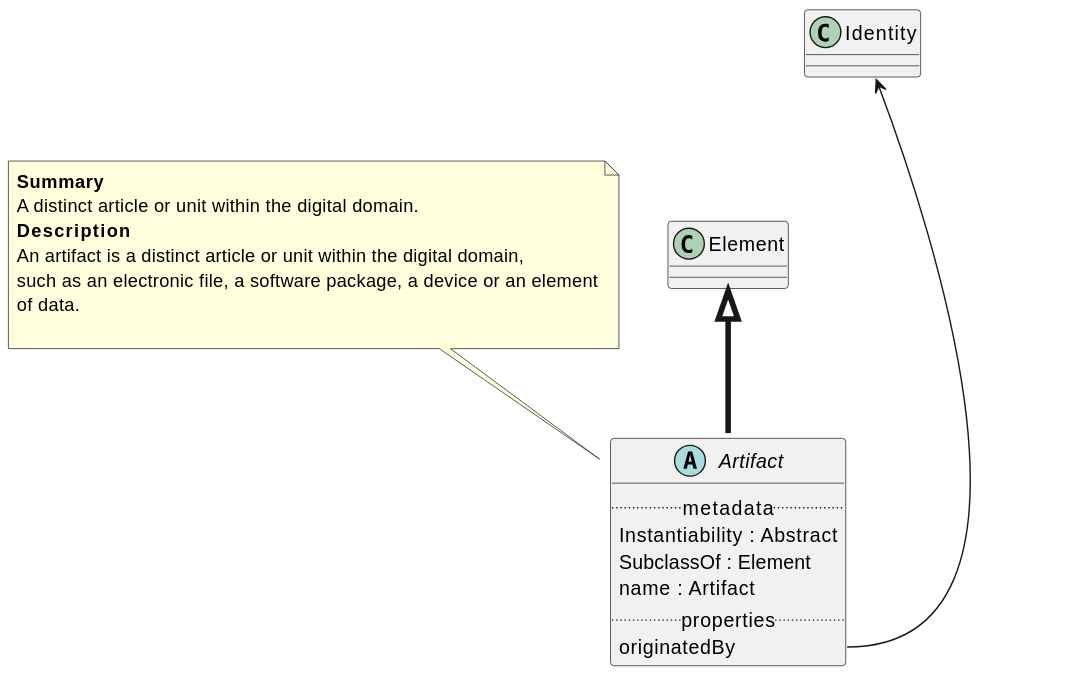
Before: Classes/Artifact.svg, a diagram exported from PlantUML (maxhbr/spec-parser.hs).
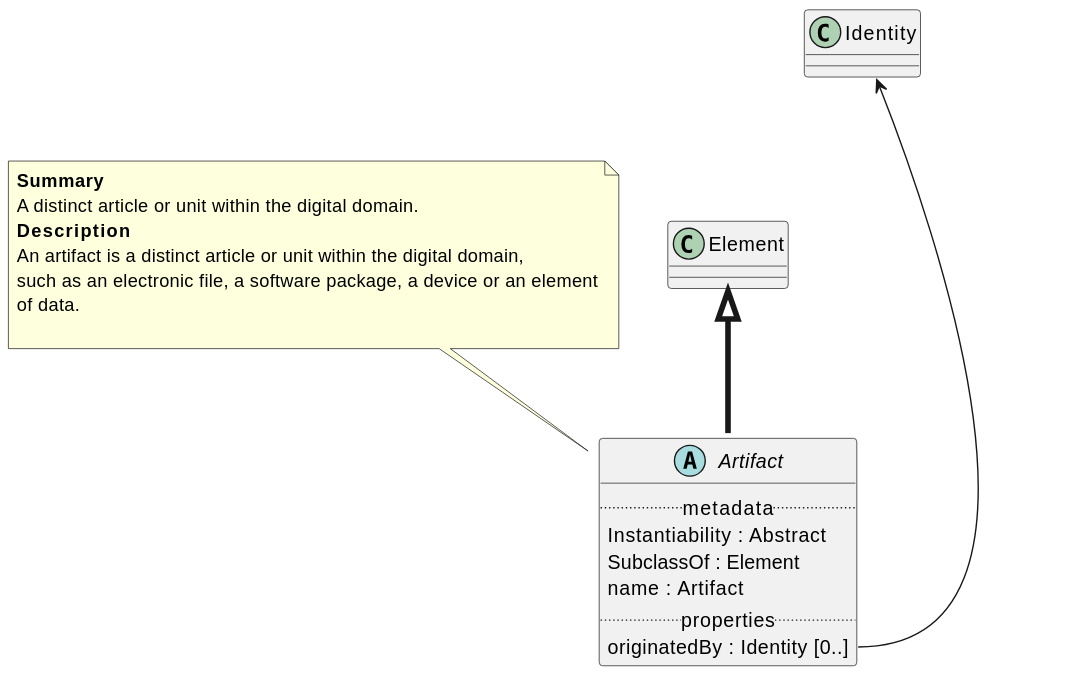
The same file after the commit.

Diff of the diagram source:
```diff
@@ -5,7 +5,7 @@
     SubclassOf : Element
     name : Artifact
 .. properties ..
-    originatedBy
+    originatedBy : Identity [0..]
 }
 note top of Artifact
 <b>Summary</b>
```
